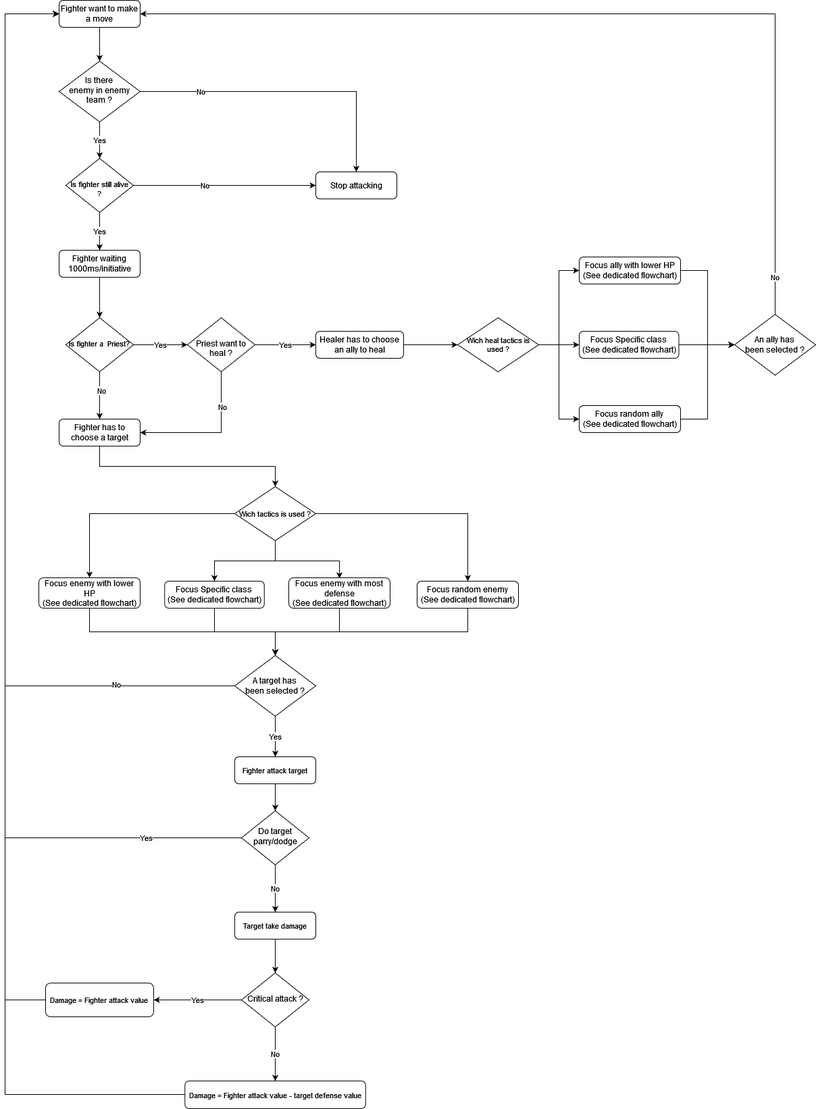
The draw.io diagram analyse/attack_general_flowchart.png in nomisirenh/auto_combat_game, before a commit. Source tidied: cells renumbered, new cells last; positions are measured from the earlier drawing's top-left corner, leaving out a move shared by most shapes.
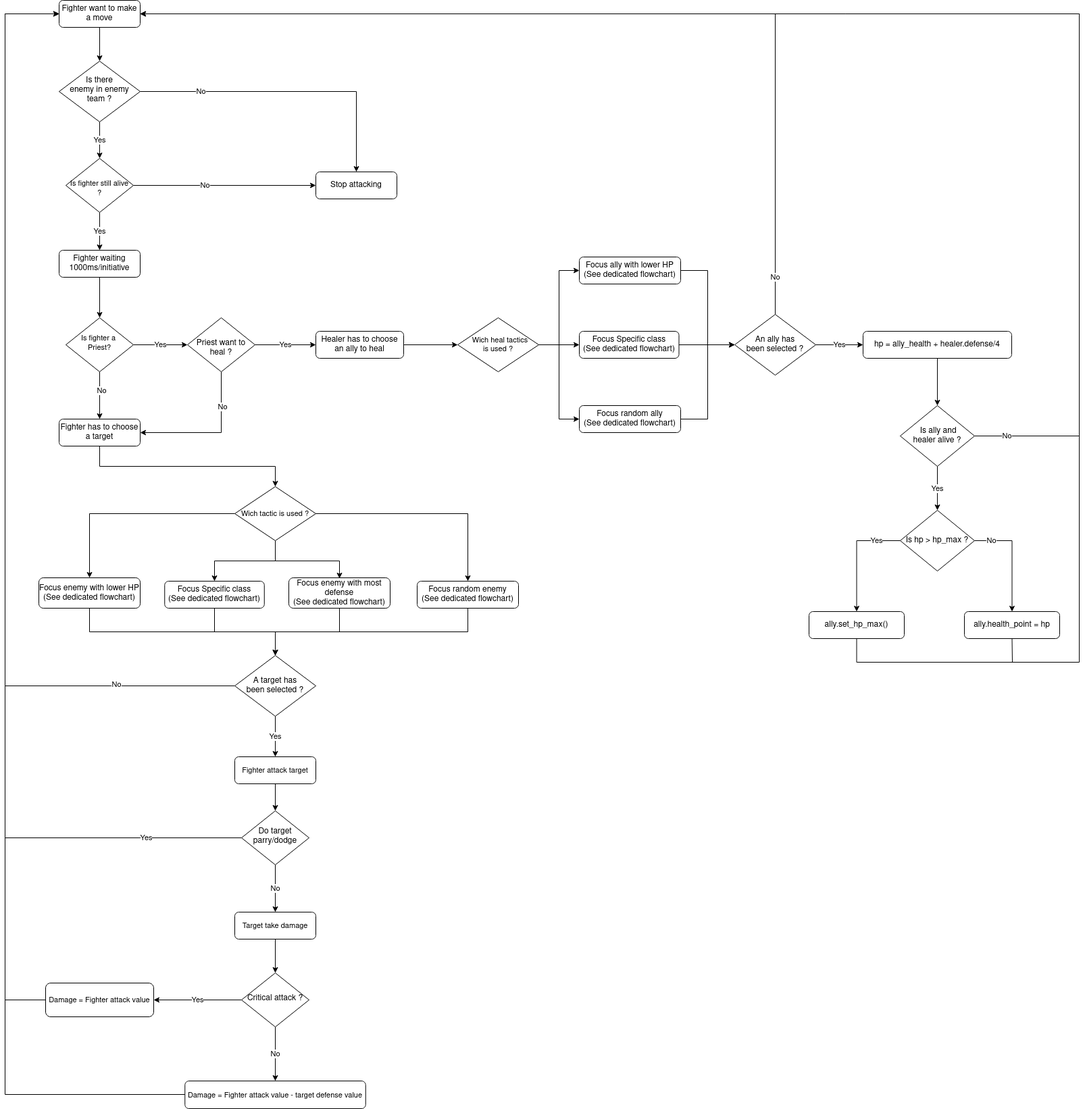
The same file after the commit.

What changed in the source:
```diff
@@ -57,7 +57,7 @@
         </Array>
       </mxGeometry>
     </mxCell>
-    <mxCell id="18" value="Wich tactics is used ?" style="rhombus;whiteSpace=wrap;html=1;fontSize=11;" parent="1" vertex="1">
+    <mxCell id="18" value="Wich tactic is used ?" style="rhombus;whiteSpace=wrap;html=1;fontSize=11;" parent="1" vertex="1">
       <mxGeometry x="340" y="720" width="120" height="80" as="geometry" />
     </mxCell>
     <mxCell id="19" style="edgeStyle=orthogonalEdgeStyle;rounded=0;jettySize=auto;html=1;exitX=0.5;exitY=1;exitDx=0;exitDy=0;entryX=0.5;entryY=0;entryDx=0;entryDy=0;" parent="1" edge="1" source="20" target="63">
@@ -179,7 +179,7 @@
     <mxCell id="52" style="edgeStyle=orthogonalEdgeStyle;rounded=0;jettySize=auto;html=1;exitX=1;exitY=0.5;exitDx=0;exitDy=0;entryX=0;entryY=0.5;entryDx=0;entryDy=0;" parent="1" edge="1" source="53" target="59">
       <mxGeometry relative="1" as="geometry" />
     </mxCell>
-    <mxCell id="53" value="Wich heal tactics is used ?" style="rhombus;whiteSpace=wrap;html=1;fontSize=11;" parent="1" vertex="1">
+    <mxCell id="53" value="&lt;div&gt;&amp;nbsp; Wich heal tactics &lt;br&gt;&lt;/div&gt;&lt;div&gt;is used ?&lt;/div&gt;" style="rhombus;whiteSpace=wrap;html=1;fontSize=11;" parent="1" vertex="1">
       <mxGeometry x="670" y="470" width="120" height="80" as="geometry" />
     </mxCell>
     <mxCell id="54" style="edgeStyle=orthogonalEdgeStyle;rounded=0;jettySize=auto;html=1;exitX=1;exitY=0.5;exitDx=0;exitDy=0;entryX=0;entryY=0.5;entryDx=0;entryDy=0;" parent="1" edge="1" source="55" target="66">
@@ -229,6 +229,9 @@
     <mxCell id="65" value="No" style="edgeLabel;html=1;align=center;verticalAlign=middle;" parent="64" vertex="1">
       <mxGeometry x="-0.92" y="1" relative="1" as="geometry" />
     </mxCell>
+    <mxCell id="70" value="&lt;div&gt;Yes&lt;/div&gt;" style="edgeStyle=orthogonalEdgeStyle;rounded=0;jettySize=auto;html=1;" parent="1" edge="1" source="66" target="72">
+      <mxGeometry relative="1" as="geometry" />
+    </mxCell>
     <mxCell id="66" value="&lt;div&gt;An ally has &lt;br&gt;&lt;/div&gt;&lt;div&gt;been selected ?&lt;/div&gt;" style="rhombus;whiteSpace=wrap;html=1;gradientColor=none;" parent="1" vertex="1">
       <mxGeometry x="1080" y="465" width="120" height="90" as="geometry" />
     </mxCell>
@@ -241,5 +244,54 @@
     <mxCell id="69" value="&lt;div&gt;Is there &lt;br&gt;&lt;/div&gt;&lt;div&gt;enemy in enemy team ?&lt;/div&gt;" style="rhombus;whiteSpace=wrap;html=1;shadow=0;fontFamily=Helvetica;fontSize=12;align=center;strokeWidth=1;spacing=6;spacingTop=-4;" parent="1" vertex="1">
       <mxGeometry x="80" y="90" width="120" height="90" as="geometry" />
     </mxCell>
+    <mxCell id="71" style="edgeStyle=orthogonalEdgeStyle;rounded=0;jettySize=auto;html=1;" parent="1" edge="1" source="72" target="82">
+      <mxGeometry relative="1" as="geometry" />
+    </mxCell>
+    <mxCell id="72" value="hp = ally_health + healer.defense/4" style="rounded=1;whiteSpace=wrap;html=1;" parent="1" vertex="1">
+      <mxGeometry x="1270" y="490" width="220" height="40" as="geometry" />
+    </mxCell>
+    <mxCell id="73" value="Yes" style="edgeStyle=orthogonalEdgeStyle;rounded=0;jettySize=auto;html=1;exitX=0;exitY=0.5;exitDx=0;exitDy=0;" parent="1" edge="1" source="75" target="77">
+      <mxGeometry x="-0.59" relative="1" as="geometry" />
+    </mxCell>
+    <mxCell id="74" value="No" style="edgeStyle=orthogonalEdgeStyle;rounded=0;jettySize=auto;html=1;exitX=1;exitY=0.5;exitDx=0;exitDy=0;entryX=0.5;entryY=0;entryDx=0;entryDy=0;" parent="1" edge="1" source="75" target="79">
+      <mxGeometry x="-0.69" relative="1" as="geometry" />
+    </mxCell>
+    <mxCell id="75" value="Is hp &amp;gt; hp_max ?" style="rhombus;whiteSpace=wrap;html=1;" parent="1" vertex="1">
+      <mxGeometry x="1325" y="755" width="110" height="90" as="geometry" />
+    </mxCell>
+    <mxCell id="76" style="edgeStyle=orthogonalEdgeStyle;rounded=0;jettySize=auto;html=1;exitX=0.5;exitY=1;exitDx=0;exitDy=0;entryX=1;entryY=0.5;entryDx=0;entryDy=0;" parent="1" edge="1" source="77" target="43">
+      <mxGeometry relative="1" as="geometry">
+        <Array as="points">
+          <mxPoint x="1261" y="980" />
+          <mxPoint x="1590" y="980" />
+          <mxPoint x="1590" y="20" />
+        </Array>
+      </mxGeometry>
+    </mxCell>
+    <mxCell id="77" value="ally.set_hp_max()" style="rounded=1;whiteSpace=wrap;html=1;" parent="1" vertex="1">
+      <mxGeometry x="1190" y="905" width="141" height="40" as="geometry" />
+    </mxCell>
+    <mxCell id="78" style="edgeStyle=orthogonalEdgeStyle;rounded=0;jettySize=auto;html=1;exitX=0.5;exitY=1;exitDx=0;exitDy=0;endArrow=none;endFill=0;" parent="1" edge="1" source="79">
+      <mxGeometry relative="1" as="geometry">
+        <mxPoint x="1491" y="980" as="targetPoint" />
+      </mxGeometry>
+    </mxCell>
+    <mxCell id="79" value="ally.health_point = hp" style="rounded=1;whiteSpace=wrap;html=1;" parent="1" vertex="1">
+      <mxGeometry x="1420" y="905" width="141" height="40" as="geometry" />
+    </mxCell>
+    <mxCell id="80" value="Yes" style="edgeStyle=orthogonalEdgeStyle;rounded=0;jettySize=auto;html=1;" parent="1" edge="1" source="82" target="75">
+      <mxGeometry relative="1" as="geometry" />
+    </mxCell>
+    <mxCell id="81" value="No" style="edgeStyle=orthogonalEdgeStyle;rounded=0;jettySize=auto;html=1;exitX=1;exitY=0.5;exitDx=0;exitDy=0;entryX=1;entryY=0.5;entryDx=0;entryDy=0;" parent="1" edge="1" source="82" target="43">
+      <mxGeometry x="-0.96" relative="1" as="geometry">
+        <Array as="points">
+          <mxPoint x="1590" y="645" />
+          <mxPoint x="1590" y="20" />
+        </Array>
+      </mxGeometry>
+    </mxCell>
+    <mxCell id="82" value="&lt;div&gt;&amp;nbsp;Is ally and &lt;br&gt;&lt;/div&gt;&lt;div&gt;healer alive ?&lt;/div&gt;" style="rhombus;whiteSpace=wrap;html=1;" parent="1" vertex="1">
+      <mxGeometry x="1325" y="600" width="110" height="90" as="geometry" />
+    </mxCell>
   </root>
 </mxGraphModel>
```
